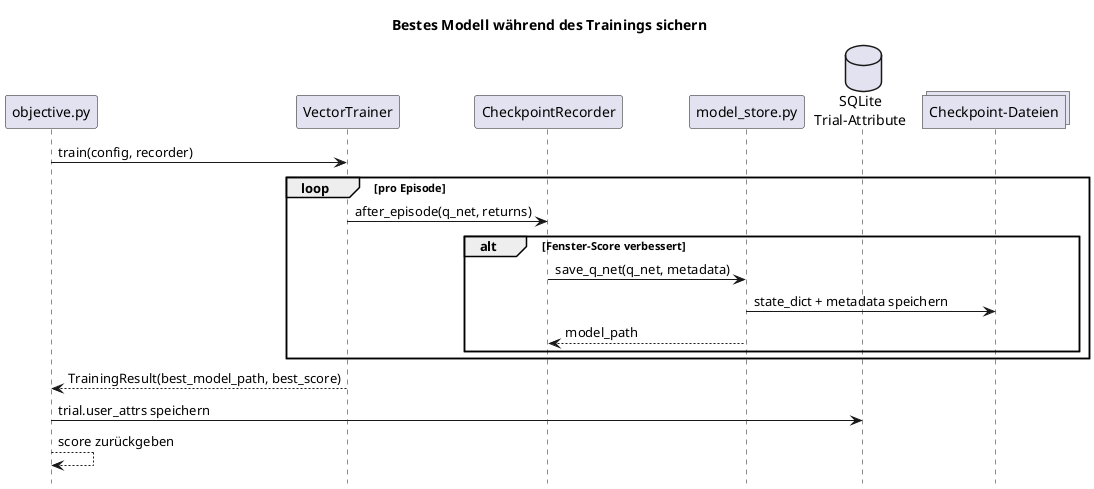
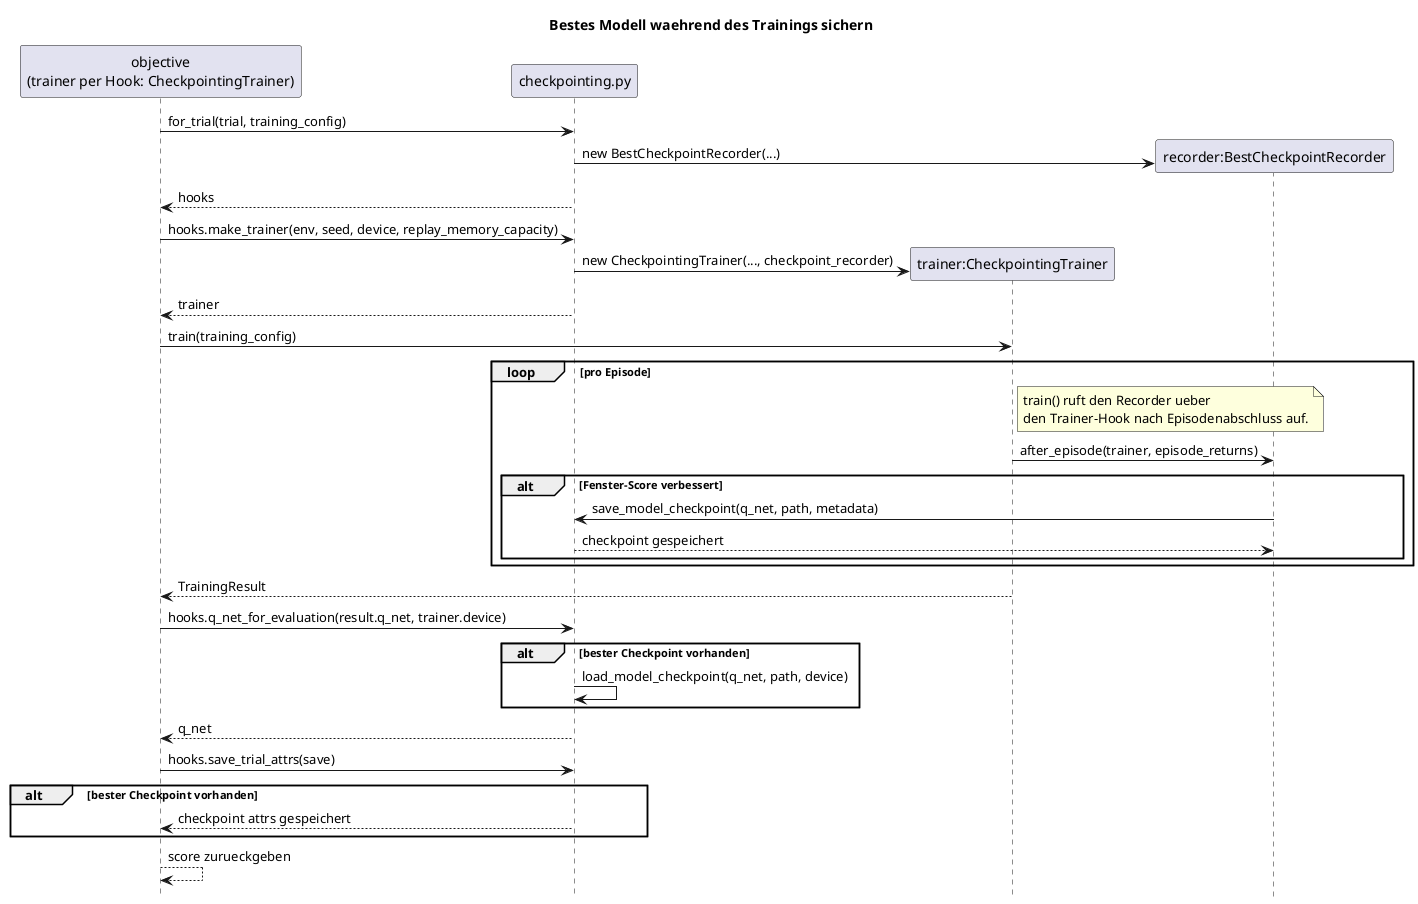
@startuml
- title Bestes Modell während des Trainings sichern
+ title Bestes Modell waehrend des Trainings sichern

hide footbox

- participant "objective.py" as Objective
- participant "VectorTrainer" as Trainer
- participant "CheckpointRecorder" as Recorder
- participant "model_store.py" as Store
- database "SQLite\nTrial-Attribute" as DB
- collections "Checkpoint-Dateien" as Files
+ participant "objective\n(trainer per Hook: CheckpointingTrainer)" as Objective
+ participant "checkpointing.py" as Checkpointing
+ participant "trainer:CheckpointingTrainer" as Trainer
+ participant "recorder:BestCheckpointRecorder" as Recorder

- Objective -> Trainer: train(config, recorder)
+ Objective -> Checkpointing: for_trial(trial, training_config)
+ create Recorder
+ Checkpointing -> Recorder: new BestCheckpointRecorder(...)
+ Checkpointing --> Objective: hooks
+ 
+ Objective -> Checkpointing: hooks.make_trainer(env, seed, device, replay_memory_capacity)
+ create Trainer
+ Checkpointing -> Trainer: new CheckpointingTrainer(..., checkpoint_recorder)
+ Checkpointing --> Objective: trainer
+ 
+ Objective -> Trainer: train(training_config)

loop pro Episode
-     Trainer -> Recorder: after_episode(q_net, returns)
+     note right of Trainer
+         train() ruft den Recorder ueber
+         den Trainer-Hook nach Episodenabschluss auf.
+     end note
+     Trainer -> Recorder: after_episode(trainer, episode_returns)
    alt Fenster-Score verbessert
-         Recorder -> Store: save_q_net(q_net, metadata)
-         Store -> Files: state_dict + metadata speichern
-         Store --> Recorder: model_path
+         Recorder -> Checkpointing: save_model_checkpoint(q_net, path, metadata)
+         Checkpointing --> Recorder: checkpoint gespeichert
    end
end

- Trainer --> Objective: TrainingResult(best_model_path, best_score)
- Objective -> DB: trial.user_attrs speichern
- Objective --> Objective: score zurückgeben
+ Trainer --> Objective: TrainingResult
+ 
+ Objective -> Checkpointing: hooks.q_net_for_evaluation(result.q_net, trainer.device)
+ alt bester Checkpoint vorhanden
+     Checkpointing -> Checkpointing: load_model_checkpoint(q_net, path, device)
+ end
+ Checkpointing --> Objective: q_net
+ 
+ Objective -> Checkpointing: hooks.save_trial_attrs(save)
+ alt bester Checkpoint vorhanden
+     Checkpointing --> Objective: checkpoint attrs gespeichert
+ end
+ 
+ Objective --> Objective: score zurueckgeben

@enduml
